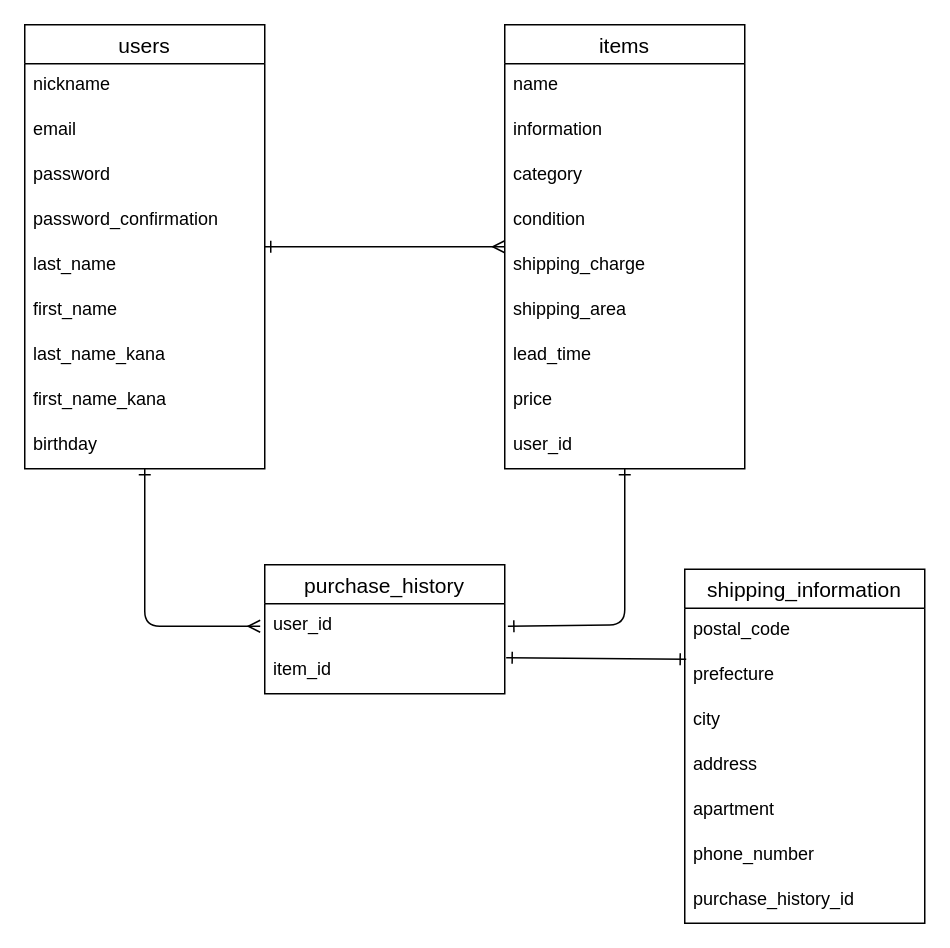
amijikohir/furima-39553 keeps this draw.io diagram as furima-39553.dio. Above is the earlier version. Source tidied: cells renumbered, new cells numbered last; positions are measured from the earlier drawing's top-left corner, leaving out a move shared by most shapes. Both pictures are drawn from the tidied source at 150%, with x=0, y=0 at pixel (24, 24).
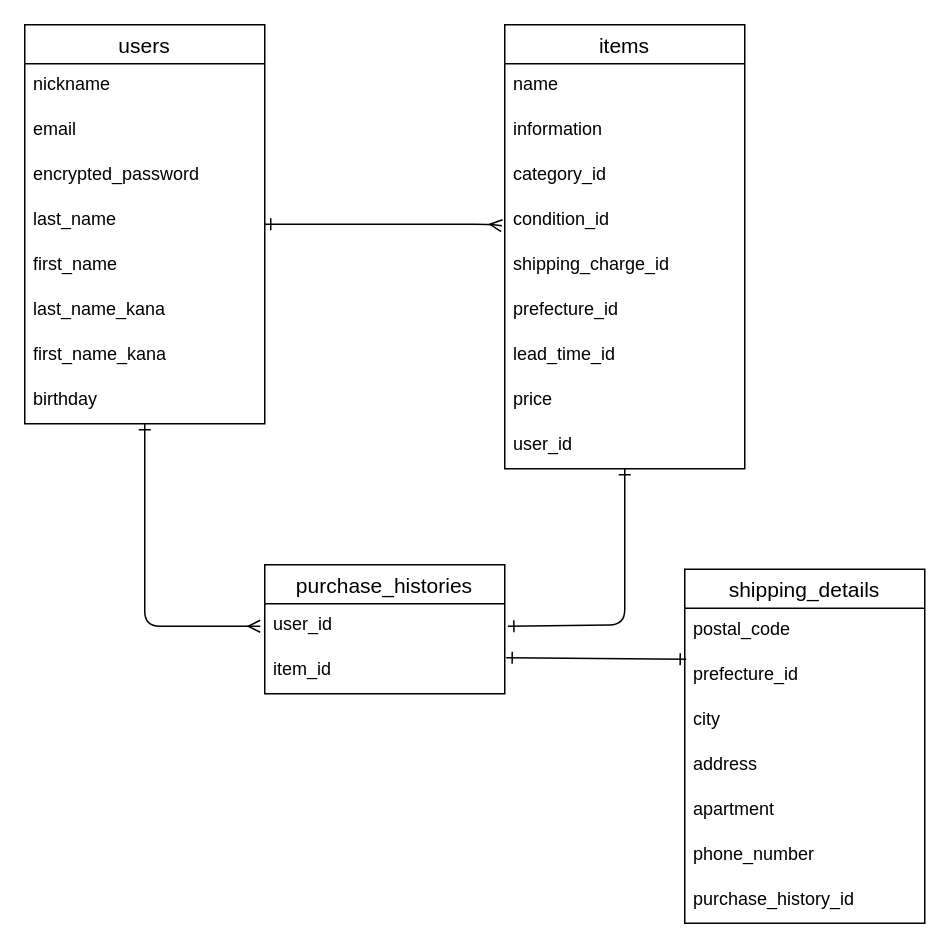
The same page after the edit.

Unchanged cells that the change refers to:
```xml
<mxCell id="15" value="items" style="swimlane;fontStyle=0;horizontal=1;startSize=26;align=center;fontSize=14;" parent="1" vertex="1">
  <mxGeometry x="320" width="160" height="296" as="geometry" />
</mxCell>
```

What changed in the source:
```diff
@@
-    <mxCell id="2" style="edgeStyle=none;sketch=0;html=1;entryX=0;entryY=0.067;entryDx=0;entryDy=0;entryPerimeter=0;endArrow=ERmany;endFill=0;startArrow=ERone;startFill=0;" parent="1" edge="1" source="4" target="20">
-      <mxGeometry relative="1" as="geometry" />
+    <mxCell id="2" style="edgeStyle=none;sketch=0;html=1;entryX=-0.012;entryY=0.6;entryDx=0;entryDy=0;entryPerimeter=0;endArrow=ERmany;endFill=0;startArrow=ERone;startFill=0;" parent="1" edge="1" source="4" target="19">
+      <mxGeometry relative="1" as="geometry">
+        <Array as="points">
+          <mxPoint x="310" y="133" />
+        </Array>
+      </mxGeometry>
     </mxCell>
@@
     <mxCell id="4" value="users" style="swimlane;fontStyle=0;horizontal=1;startSize=26;align=center;fontSize=14;" parent="1" vertex="1">
-      <mxGeometry width="160" height="296" as="geometry" />
+      <mxGeometry width="160" height="266" as="geometry" />
     </mxCell>
@@
-    <mxCell id="7" value="password" style="text;strokeColor=none;fillColor=none;spacingLeft=4;spacingRight=4;overflow=hidden;fontSize=12;" parent="4" vertex="1">
+    <mxCell id="7" value="encrypted_password" style="text;strokeColor=none;fillColor=none;spacingLeft=4;spacingRight=4;overflow=hidden;fontSize=12;" parent="4" vertex="1">
       <mxGeometry y="86" width="160" height="30" as="geometry" />
     </mxCell>
-    <mxCell id="8" value="password_confirmation" style="text;strokeColor=none;fillColor=none;spacingLeft=4;spacingRight=4;overflow=hidden;fontSize=12;" parent="4" vertex="1">
-      <mxGeometry y="116" width="160" height="30" as="geometry" />
-    </mxCell>
     <mxCell id="9" value="last_name" style="text;strokeColor=none;fillColor=none;spacingLeft=4;spacingRight=4;overflow=hidden;fontSize=12;" parent="4" vertex="1">
-      <mxGeometry y="146" width="160" height="30" as="geometry" />
+      <mxGeometry y="116" width="160" height="30" as="geometry" />
     </mxCell>
     <mxCell id="10" value="first_name" style="text;strokeColor=none;fillColor=none;spacingLeft=4;spacingRight=4;overflow=hidden;fontSize=12;" parent="4" vertex="1">
-      <mxGeometry y="176" width="160" height="30" as="geometry" />
+      <mxGeometry y="146" width="160" height="30" as="geometry" />
     </mxCell>
     <mxCell id="11" value="last_name_kana" style="text;strokeColor=none;fillColor=none;spacingLeft=4;spacingRight=4;overflow=hidden;fontSize=12;" parent="4" vertex="1">
-      <mxGeometry y="206" width="160" height="30" as="geometry" />
+      <mxGeometry y="176" width="160" height="30" as="geometry" />
     </mxCell>
     <mxCell id="12" value="first_name_kana" style="text;strokeColor=none;fillColor=none;spacingLeft=4;spacingRight=4;overflow=hidden;fontSize=12;" parent="4" vertex="1">
-      <mxGeometry y="236" width="160" height="30" as="geometry" />
+      <mxGeometry y="206" width="160" height="30" as="geometry" />
     </mxCell>
     <mxCell id="13" value="birthday" style="text;strokeColor=none;fillColor=none;spacingLeft=4;spacingRight=4;overflow=hidden;fontSize=12;" parent="4" vertex="1">
-      <mxGeometry y="266" width="160" height="30" as="geometry" />
+      <mxGeometry y="236" width="160" height="30" as="geometry" />
     </mxCell>
@@
-    <mxCell id="18" value="category" style="text;strokeColor=none;fillColor=none;spacingLeft=4;spacingRight=4;overflow=hidden;fontSize=12;" parent="15" vertex="1">
+    <mxCell id="18" value="category_id" style="text;strokeColor=none;fillColor=none;spacingLeft=4;spacingRight=4;overflow=hidden;fontSize=12;" parent="15" vertex="1">
       <mxGeometry y="86" width="160" height="30" as="geometry" />
     </mxCell>
-    <mxCell id="19" value="condition" style="text;strokeColor=none;fillColor=none;spacingLeft=4;spacingRight=4;overflow=hidden;points=[[0,0.5],[1,0.5]];portConstraint=eastwest;fontSize=12;" parent="15" vertex="1">
+    <mxCell id="19" value="condition_id" style="text;strokeColor=none;fillColor=none;spacingLeft=4;spacingRight=4;overflow=hidden;points=[[0,0.5],[1,0.5]];portConstraint=eastwest;fontSize=12;" parent="15" vertex="1">
       <mxGeometry y="116" width="160" height="30" as="geometry" />
     </mxCell>
-    <mxCell id="20" value="shipping_charge" style="text;strokeColor=none;fillColor=none;spacingLeft=4;spacingRight=4;overflow=hidden;points=[[0,0.5],[1,0.5]];portConstraint=eastwest;fontSize=12;" parent="15" vertex="1">
+    <mxCell id="20" value="shipping_charge_id" style="text;strokeColor=none;fillColor=none;spacingLeft=4;spacingRight=4;overflow=hidden;points=[[0,0.5],[1,0.5]];portConstraint=eastwest;fontSize=12;" parent="15" vertex="1">
       <mxGeometry y="146" width="160" height="30" as="geometry" />
     </mxCell>
-    <mxCell id="21" value="shipping_area" style="text;strokeColor=none;fillColor=none;spacingLeft=4;spacingRight=4;overflow=hidden;fontSize=12;" parent="15" vertex="1">
+    <mxCell id="21" value="prefecture_id" style="text;strokeColor=none;fillColor=none;spacingLeft=4;spacingRight=4;overflow=hidden;fontSize=12;" parent="15" vertex="1">
       <mxGeometry y="176" width="160" height="30" as="geometry" />
     </mxCell>
-    <mxCell id="22" value="lead_time" style="text;strokeColor=none;fillColor=none;spacingLeft=4;spacingRight=4;overflow=hidden;fontSize=12;" parent="15" vertex="1">
+    <mxCell id="22" value="lead_time_id" style="text;strokeColor=none;fillColor=none;spacingLeft=4;spacingRight=4;overflow=hidden;fontSize=12;" parent="15" vertex="1">
       <mxGeometry y="206" width="160" height="30" as="geometry" />
     </mxCell>
@@
-    <mxCell id="26" value="purchase_history" style="swimlane;fontStyle=0;horizontal=1;startSize=26;align=center;fontSize=14;" parent="1" vertex="1">
+    <mxCell id="26" value="purchase_histories" style="swimlane;fontStyle=0;horizontal=1;startSize=26;align=center;fontSize=14;" parent="1" vertex="1">
       <mxGeometry x="160" y="360" width="160" height="86" as="geometry" />
     </mxCell>
@@
-    <mxCell id="29" value="shipping_information" style="swimlane;fontStyle=0;horizontal=1;startSize=26;align=center;fontSize=14;" parent="1" vertex="1">
+    <mxCell id="29" value="shipping_details" style="swimlane;fontStyle=0;horizontal=1;startSize=26;align=center;fontSize=14;" parent="1" vertex="1">
       <mxGeometry x="440" y="363" width="160" height="236" as="geometry" />
     </mxCell>
@@
-    <mxCell id="31" value="prefecture" style="text;strokeColor=none;fillColor=none;spacingLeft=4;spacingRight=4;overflow=hidden;points=[[0,0.5],[1,0.5]];portConstraint=eastwest;fontSize=12;" parent="29" vertex="1">
+    <mxCell id="31" value="prefecture_id" style="text;strokeColor=none;fillColor=none;spacingLeft=4;spacingRight=4;overflow=hidden;points=[[0,0.5],[1,0.5]];portConstraint=eastwest;fontSize=12;" parent="29" vertex="1">
       <mxGeometry y="56" width="160" height="30" as="geometry" />
     </mxCell>
```
